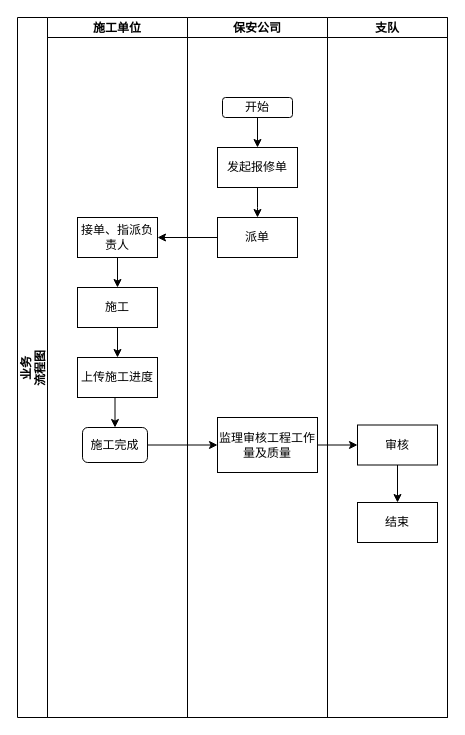
Above: design/保安公司发起-应急.drawio in huyongchao98/dapp (draw.io), before the change. Source tidied: cells renumbered, new cells numbered last; positions are measured from the earlier drawing's top-left corner, leaving out a move shared by most shapes. Both pictures are drawn from the tidied source at 100%, with x=0, y=0 at pixel (17, 17).
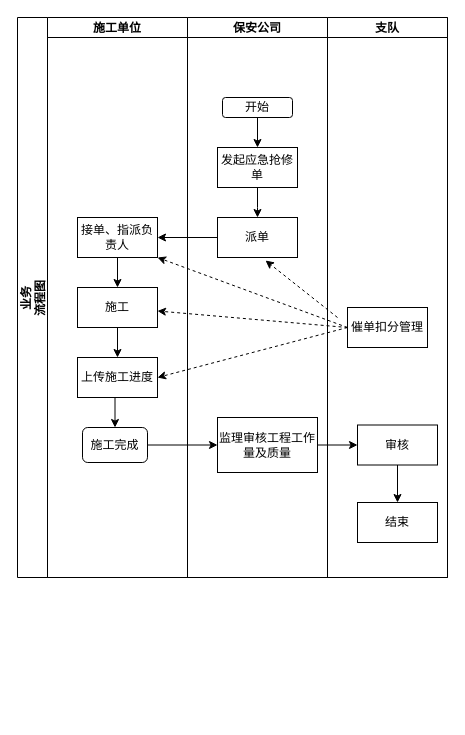
After the change.

Commit message:
更新保安公司发起-应急.drawio

Unchanged cells that the change refers to:
```xml
<mxCell id="5" value="接单、指派负责人" style="rounded=0;whiteSpace=wrap;html=1;" parent="3" vertex="1">
  <mxGeometry x="30" y="200" width="80" height="40" as="geometry" />
</mxCell>
<mxCell id="7" value="施工" style="rounded=0;whiteSpace=wrap;html=1;" parent="3" vertex="1">
  <mxGeometry x="30" y="270" width="80" height="40" as="geometry" />
</mxCell>
<mxCell id="9" value="上传施工进度" style="rounded=0;whiteSpace=wrap;html=1;" parent="3" vertex="1">
  <mxGeometry x="30" y="340" width="80" height="40" as="geometry" />
</mxCell>
<mxCell id="12" value="派单" style="rounded=0;whiteSpace=wrap;html=1;" parent="11" vertex="1">
  <mxGeometry x="30" y="200" width="80" height="40" as="geometry" />
</mxCell>
```

The edit, as a diff of the source:
```diff
@@
     <mxCell id="2" value="业务&#10;流程图" style="swimlane;startSize=30;horizontal=0;" parent="1" vertex="1">
-      <mxGeometry width="430" height="700" as="geometry" />
+      <mxGeometry width="430" height="560" as="geometry" />
     </mxCell>
     <mxCell id="3" value="施工单位" style="swimlane;startSize=20;" parent="2" vertex="1">
-      <mxGeometry x="30" width="140" height="700" as="geometry" />
+      <mxGeometry x="30" width="140" height="560" as="geometry" />
     </mxCell>
@@
     <mxCell id="11" value="保安公司" style="swimlane;startSize=20;" parent="2" vertex="1">
-      <mxGeometry x="170" width="140" height="700" as="geometry" />
+      <mxGeometry x="170" width="140" height="560" as="geometry" />
     </mxCell>
@@
-    <mxCell id="15" value="发起报修单" style="rounded=0;whiteSpace=wrap;html=1;" parent="11" vertex="1">
+    <mxCell id="15" value="发起应急抢修单" style="rounded=0;whiteSpace=wrap;html=1;" parent="11" vertex="1">
       <mxGeometry x="30" y="130" width="80" height="40" as="geometry" />
     </mxCell>
@@
     <mxCell id="21" value="支队" style="swimlane;startSize=20;" parent="2" vertex="1">
-      <mxGeometry x="310" width="120" height="700" as="geometry" />
+      <mxGeometry x="310" width="120" height="560" as="geometry" />
     </mxCell>
@@
+    <mxCell id="25" value="催单扣分管理" style="rounded=0;whiteSpace=wrap;html=1;" parent="21" vertex="1">
+      <mxGeometry x="20" y="290" width="80" height="40" as="geometry" />
+    </mxCell>
+    <mxCell id="26" style="edgeStyle=none;rounded=0;orthogonalLoop=1;jettySize=auto;html=1;entryX=0;entryY=0.5;entryDx=0;entryDy=0;" parent="21" edge="1" source="25" target="25">
+      <mxGeometry relative="1" as="geometry" />
+    </mxCell>
+    <mxCell id="27" style="edgeStyle=none;rounded=0;jettySize=auto;html=1;entryX=0.6;entryY=1.075;entryDx=0;entryDy=0;entryPerimeter=0;dashed=1;" parent="2" edge="1" target="12">
+      <mxGeometry relative="1" as="geometry">
+        <mxPoint x="320" y="300" as="sourcePoint" />
+      </mxGeometry>
+    </mxCell>
+    <mxCell id="28" style="edgeStyle=none;rounded=0;jettySize=auto;html=1;entryX=1;entryY=1;entryDx=0;entryDy=0;dashed=1;" parent="2" edge="1" target="5">
+      <mxGeometry relative="1" as="geometry">
+        <mxPoint x="330" y="310" as="sourcePoint" />
+      </mxGeometry>
+    </mxCell>
+    <mxCell id="29" style="edgeStyle=none;rounded=0;jettySize=auto;html=1;dashed=1;" parent="2" edge="1" target="7">
+      <mxGeometry relative="1" as="geometry">
+        <mxPoint x="330" y="310" as="sourcePoint" />
+      </mxGeometry>
+    </mxCell>
+    <mxCell id="30" style="edgeStyle=none;rounded=0;jettySize=auto;html=1;entryX=1;entryY=0.5;entryDx=0;entryDy=0;dashed=1;" parent="2" edge="1" target="9">
+      <mxGeometry relative="1" as="geometry">
+        <mxPoint x="330" y="310" as="sourcePoint" />
+      </mxGeometry>
+    </mxCell>
```
